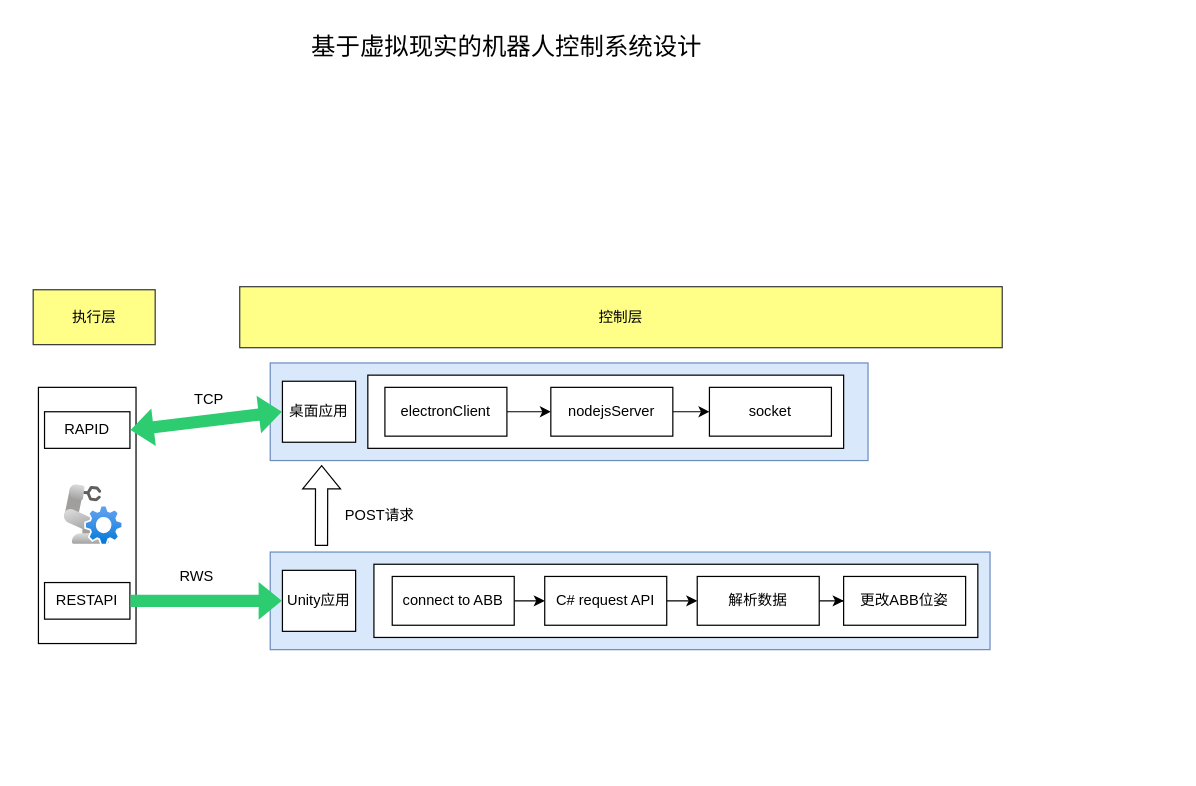
yyy-router/drawio keeps this draw.io diagram as page "第 11 页" (12 of 14) of 未命名绘图.drawio. Above is the earlier version. Source tidied: cells renumbered, new cells numbered last; positions are measured from the earlier drawing's top-left corner, leaving out a move shared by most shapes. Both pictures are drawn from the tidied source at 122%, with x=0, y=0 at pixel (21, 21).
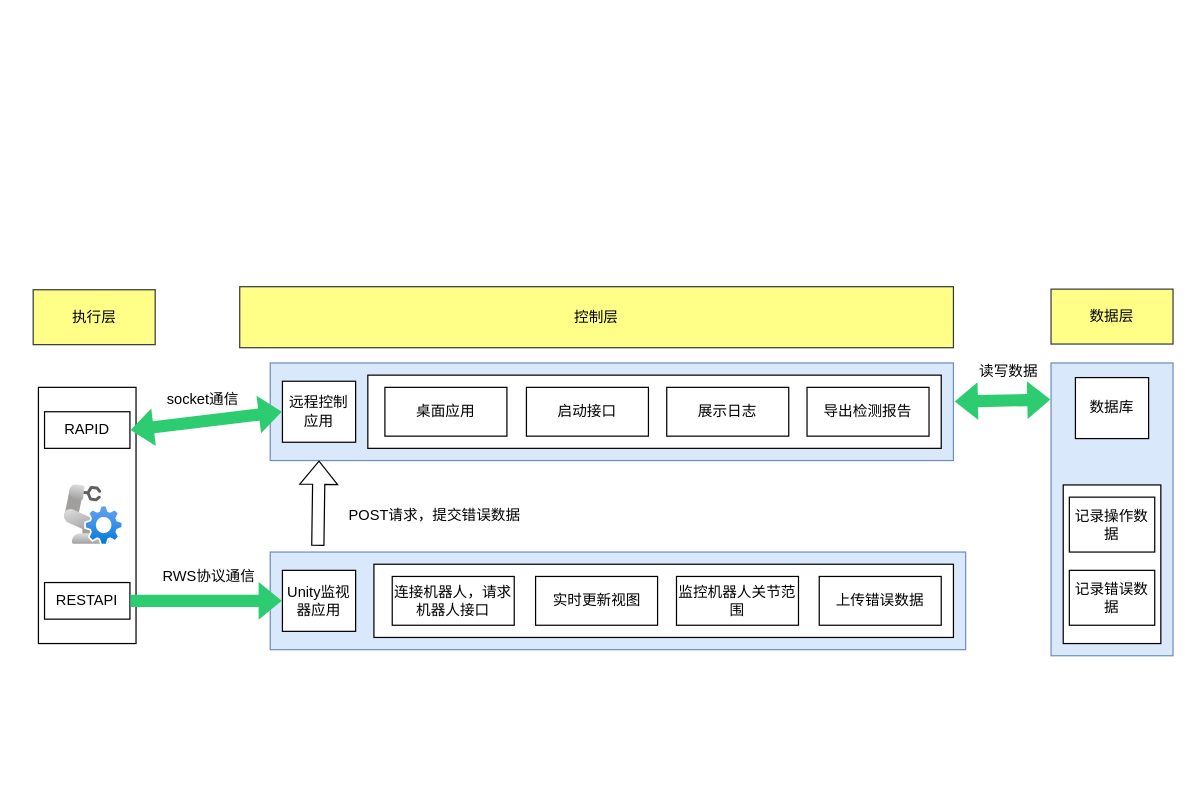
Above is the later version.

Diff of the diagram source:
```diff
@@
-    <mxCell id="2" style="rounded=0;whiteSpace=wrap;html=1;strokeColor=none;" parent="1" vertex="1">
-      <mxGeometry y="130" width="824" height="480" as="geometry" />
-    </mxCell>
     <mxCell id="3" style="rounded=0;whiteSpace=wrap;html=1;fillColor=#dae8fc;strokeColor=#6c8ebf;" parent="1" vertex="1">
-      <mxGeometry x="204" y="280" width="490" height="80" as="geometry" />
+      <mxGeometry x="204" y="280" width="560" height="80" as="geometry" />
     </mxCell>
     <mxCell id="4" style="rounded=0;whiteSpace=wrap;html=1;" parent="1" vertex="1">
-      <mxGeometry x="284" y="290" width="390" height="60" as="geometry" />
+      <mxGeometry x="284" y="290" width="470" height="60" as="geometry" />
     </mxCell>
@@
-    <mxCell id="6" style="edgeStyle=orthogonalEdgeStyle;rounded=0;jettySize=auto;html=1;" parent="1" edge="1" source="7" target="9">
-      <mxGeometry relative="1" as="geometry" />
-    </mxCell>
-    <mxCell id="7" value="electronClient" style="rounded=0;whiteSpace=wrap;html=1;" parent="1" vertex="1">
+    <mxCell id="7" value="桌面应用" style="rounded=0;whiteSpace=wrap;html=1;" parent="1" vertex="1">
       <mxGeometry x="298" y="300" width="100" height="40" as="geometry" />
     </mxCell>
-    <mxCell id="8" style="edgeStyle=orthogonalEdgeStyle;rounded=0;jettySize=auto;html=1;" parent="1" edge="1" source="9" target="10">
-      <mxGeometry relative="1" as="geometry" />
-    </mxCell>
-    <mxCell id="9" value="nodejsServer" style="rounded=0;whiteSpace=wrap;html=1;" parent="1" vertex="1">
-      <mxGeometry x="434" y="300" width="100" height="40" as="geometry" />
+    <mxCell id="9" value="启动接口" style="rounded=0;whiteSpace=wrap;html=1;" parent="1" vertex="1">
+      <mxGeometry x="414" y="300" width="100" height="40" as="geometry" />
     </mxCell>
-    <mxCell id="10" value="socket" style="rounded=0;whiteSpace=wrap;html=1;" parent="1" vertex="1">
-      <mxGeometry x="564" y="300" width="100" height="40" as="geometry" />
+    <mxCell id="10" value="展示日志" style="rounded=0;whiteSpace=wrap;html=1;" parent="1" vertex="1">
+      <mxGeometry x="529" y="300" width="100" height="40" as="geometry" />
     </mxCell>
-    <mxCell id="11" value="基于虚拟现实的机器人控制系统设计" style="text;html=1;align=center;verticalAlign=middle;whiteSpace=wrap;rounded=0;fontSize=20;" parent="1" vertex="1">
-      <mxGeometry x="223" width="350" height="40" as="geometry" />
-    </mxCell>
@@
-    <mxCell id="13" value="桌面应用" style="rounded=0;whiteSpace=wrap;html=1;" parent="1" vertex="1">
+    <mxCell id="13" value="远程控制应用" style="rounded=0;whiteSpace=wrap;html=1;" parent="1" vertex="1">
       <mxGeometry x="214" y="295" width="60" height="50" as="geometry" />
     </mxCell>
@@
     <mxCell id="15" style="rounded=0;whiteSpace=wrap;html=1;fillColor=#dae8fc;strokeColor=#6c8ebf;" parent="1" vertex="1">
-      <mxGeometry x="204" y="435" width="590" height="80" as="geometry" />
+      <mxGeometry x="204" y="435" width="570" height="80" as="geometry" />
     </mxCell>
-    <mxCell id="16" value="Unity应用" style="rounded=0;whiteSpace=wrap;html=1;" parent="1" vertex="1">
+    <mxCell id="16" value="Unity监视器应用" style="rounded=0;whiteSpace=wrap;html=1;" parent="1" vertex="1">
       <mxGeometry x="214" y="450" width="60" height="50" as="geometry" />
     </mxCell>
@@
     <mxCell id="18" style="rounded=0;whiteSpace=wrap;html=1;" parent="1" vertex="1">
-      <mxGeometry x="289" y="445" width="495" height="60" as="geometry" />
+      <mxGeometry x="289" y="445" width="475" height="60" as="geometry" />
     </mxCell>
@@
-    <mxCell id="20" style="edgeStyle=orthogonalEdgeStyle;rounded=0;jettySize=auto;html=1;" parent="1" edge="1" source="21" target="25">
-      <mxGeometry relative="1" as="geometry" />
-    </mxCell>
-    <mxCell id="21" value="connect to ABB" style="rounded=0;whiteSpace=wrap;html=1;" parent="1" vertex="1">
+    <mxCell id="21" value="连接机器人，请求机器人接口" style="rounded=0;whiteSpace=wrap;html=1;" parent="1" vertex="1">
       <mxGeometry x="304" y="455" width="100" height="40" as="geometry" />
     </mxCell>
-    <mxCell id="22" value="TCP" style="text;html=1;align=center;verticalAlign=middle;whiteSpace=wrap;rounded=0;" parent="1" vertex="1">
-      <mxGeometry x="124" y="295" width="60" height="30" as="geometry" />
+    <mxCell id="22" value="socket通信" style="text;html=1;align=center;verticalAlign=middle;whiteSpace=wrap;rounded=0;" parent="1" vertex="1">
+      <mxGeometry x="114" y="295" width="70" height="30" as="geometry" />
     </mxCell>
-    <mxCell id="23" value="RWS" style="text;html=1;align=center;verticalAlign=middle;whiteSpace=wrap;rounded=0;" parent="1" vertex="1">
-      <mxGeometry x="114" y="440" width="60" height="30" as="geometry" />
+    <mxCell id="23" value="RWS协议通信" style="text;html=1;align=center;verticalAlign=middle;whiteSpace=wrap;rounded=0;" parent="1" vertex="1">
+      <mxGeometry x="114" y="440" width="80" height="30" as="geometry" />
     </mxCell>
-    <mxCell id="24" style="edgeStyle=orthogonalEdgeStyle;rounded=0;jettySize=auto;html=1;" parent="1" edge="1" source="25" target="27">
-      <mxGeometry relative="1" as="geometry" />
-    </mxCell>
-    <mxCell id="25" value="C# request API" style="rounded=0;whiteSpace=wrap;html=1;" parent="1" vertex="1">
-      <mxGeometry x="429" y="455" width="100" height="40" as="geometry" />
-    </mxCell>
-    <mxCell id="26" style="edgeStyle=orthogonalEdgeStyle;rounded=0;jettySize=auto;html=1;" parent="1" edge="1" source="27" target="28">
-      <mxGeometry relative="1" as="geometry" />
-    </mxCell>
-    <mxCell id="27" value="解析数据" style="rounded=0;whiteSpace=wrap;html=1;" parent="1" vertex="1">
-      <mxGeometry x="554" y="455" width="100" height="40" as="geometry" />
+    <mxCell id="27" value="实时更新视图" style="rounded=0;whiteSpace=wrap;html=1;" parent="1" vertex="1">
+      <mxGeometry x="421.5" y="455" width="100" height="40" as="geometry" />
     </mxCell>
-    <mxCell id="28" value="更改ABB位姿" style="rounded=0;whiteSpace=wrap;html=1;" parent="1" vertex="1">
-      <mxGeometry x="674" y="455" width="100" height="40" as="geometry" />
+    <mxCell id="28" value="监控机器人关节范围" style="rounded=0;whiteSpace=wrap;html=1;" parent="1" vertex="1">
+      <mxGeometry x="537" y="455" width="100" height="40" as="geometry" />
     </mxCell>
@@
     <mxCell id="31" value="控制层" style="rounded=0;whiteSpace=wrap;html=1;fillColor=#ffff88;strokeColor=#36393d;" parent="1" vertex="1">
-      <mxGeometry x="179" y="217.5" width="625" height="50" as="geometry" />
+      <mxGeometry x="179" y="217.5" width="585" height="50" as="geometry" />
     </mxCell>
-    <mxCell id="32" style="shape=flexArrow;endArrow=classic;html=1;rounded=0;entryX=0.086;entryY=1.046;entryDx=0;entryDy=0;entryPerimeter=0;" parent="1" edge="1" target="3">
+    <mxCell id="32" style="shape=flexArrow;endArrow=classic;html=1;rounded=0;" parent="1" edge="1">
       <mxGeometry relative="1" as="geometry">
-        <mxPoint x="246" y="430" as="sourcePoint" />
+        <mxPoint x="243" y="430" as="sourcePoint" />
+        <mxPoint x="244" y="360" as="targetPoint" />
       </mxGeometry>
     </mxCell>
-    <mxCell id="33" value="POST请求" style="text;html=1;align=center;verticalAlign=middle;whiteSpace=wrap;rounded=0;" parent="1" vertex="1">
-      <mxGeometry x="264" y="390" width="60" height="30" as="geometry" />
+    <mxCell id="33" value="POST请求，提交错误数据" style="text;html=1;align=center;verticalAlign=middle;whiteSpace=wrap;rounded=0;" parent="1" vertex="1">
+      <mxGeometry x="264" y="390" width="150" height="30" as="geometry" />
     </mxCell>
+    <mxCell id="34" value="导出检测报告" style="rounded=0;whiteSpace=wrap;html=1;" parent="1" vertex="1">
+      <mxGeometry x="644" y="300" width="100" height="40" as="geometry" />
+    </mxCell>
+    <mxCell id="35" value="上传错误数据" style="rounded=0;whiteSpace=wrap;html=1;" parent="1" vertex="1">
+      <mxGeometry x="654" y="455" width="100" height="40" as="geometry" />
+    </mxCell>
+    <mxCell id="36" value="数据层" style="rounded=0;whiteSpace=wrap;html=1;fillColor=#ffff88;strokeColor=#36393d;" parent="1" vertex="1">
+      <mxGeometry x="844" y="219.5" width="100" height="45" as="geometry" />
+    </mxCell>
+    <mxCell id="37" style="rounded=0;whiteSpace=wrap;html=1;fillColor=#dae8fc;strokeColor=#6c8ebf;" parent="1" vertex="1">
+      <mxGeometry x="844" y="280" width="100" height="240" as="geometry" />
+    </mxCell>
+    <mxCell id="38" style="rounded=0;whiteSpace=wrap;html=1;" parent="1" vertex="1">
+      <mxGeometry x="854" y="380" width="80" height="130" as="geometry" />
+    </mxCell>
+    <mxCell id="39" value="记录操作数据" style="rounded=0;whiteSpace=wrap;html=1;" parent="1" vertex="1">
+      <mxGeometry x="859" y="390" width="70" height="45" as="geometry" />
+    </mxCell>
+    <mxCell id="40" value="记录错误数据" style="rounded=0;whiteSpace=wrap;html=1;" parent="1" vertex="1">
+      <mxGeometry x="859" y="450" width="70" height="45" as="geometry" />
+    </mxCell>
+    <mxCell id="41" style="shape=flexArrow;endArrow=classic;startArrow=classic;html=1;rounded=0;exitX=1.001;exitY=0.396;exitDx=0;exitDy=0;fillColor=#2ecc71;fillStyle=auto;strokeColor=none;exitPerimeter=0;" parent="1" edge="1" source="3">
+      <mxGeometry relative="1" as="geometry">
+        <mxPoint x="844" y="310" as="targetPoint" />
+      </mxGeometry>
+    </mxCell>
+    <mxCell id="42" value="数据库" style="rounded=0;whiteSpace=wrap;html=1;" parent="1" vertex="1">
+      <mxGeometry x="864" y="292" width="60" height="50" as="geometry" />
+    </mxCell>
+    <mxCell id="43" value="读写数据" style="text;html=1;align=center;verticalAlign=middle;strokeColor=none;fillColor=none;" parent="1" vertex="1">
+      <mxGeometry x="774" y="272" width="70" height="30" as="geometry" />
+    </mxCell>
```
